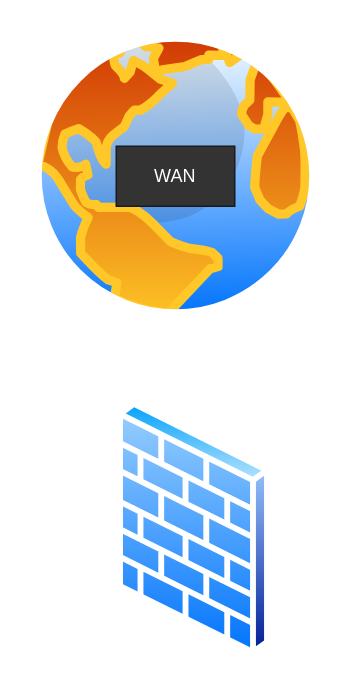
Before: Tetha.drawio in Tiafoxxx/BW1, a draw.io diagram. Source tidied: cells renumbered, new cells numbered last; positions are measured from the earlier drawing's top-left corner, leaving out a move shared by most shapes. Both pictures are drawn from the tidied source at 150%, with x=0, y=0 at pixel (26, 26).
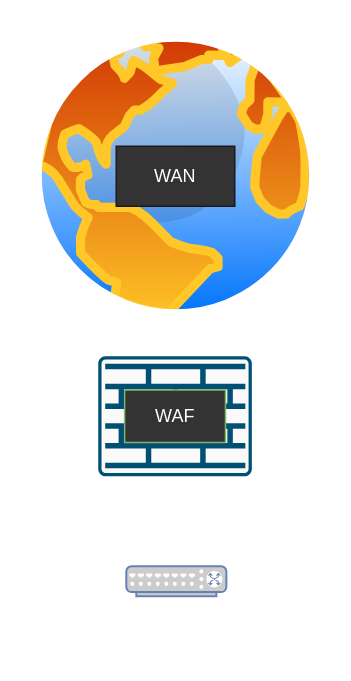
After the change.

The edit, as a diff of the source:
```diff
@@
 <mxGraphModel>
   <root>
     <mxCell id="0" />
     <mxCell id="1" parent="0" />
     <mxCell id="2" style="image;perimeter=ellipsePerimeter;html=1;align=center;shadow=0;dashed=0;spacingTop=3;image=img/lib/active_directory/internet_globe.svg;" parent="1" vertex="1">
       <mxGeometry width="200" height="200" as="geometry" />
     </mxCell>
     <mxCell id="3" value="&lt;font color=&quot;#ffffff&quot;&gt;WAN&lt;/font&gt;" style="text;align=center;html=1;verticalAlign=middle;whiteSpace=wrap;rounded=0;fillColor=#333333;strokeColor=#1A1A1A;gradientColor=none;" parent="1" vertex="1">
       <mxGeometry x="60" y="80" width="79" height="40" as="geometry" />
     </mxCell>
-    <mxCell id="4" style="image;perimeter=ellipsePerimeter;html=1;align=center;shadow=0;dashed=0;spacingTop=3;image=img/lib/active_directory/firewall.svg;" parent="1" vertex="1">
-      <mxGeometry x="60" y="250" width="103.7" height="170" as="geometry" />
-    </mxCell>
+    <mxCell id="5" style="sketch=0;verticalLabelPosition=bottom;html=1;verticalAlign=top;align=center;shape=mxgraph.cisco19.rect;prIcon=firewall;fillColor=#FAFAFA;strokeColor=#005073;" parent="1" vertex="1">
+      <mxGeometry x="48" y="220" width="102.4" height="80" as="geometry" />
+    </mxCell>
+    <mxCell id="6" value="&lt;font color=&quot;#ffffff&quot;&gt;WAF&lt;/font&gt;" style="text;strokeColor=#82b366;align=center;fillColor=#333333;html=1;verticalAlign=middle;whiteSpace=wrap;rounded=0;gradientColor=none;" parent="1" vertex="1">
+      <mxGeometry x="65.6" y="242.5" width="67.2" height="35" as="geometry" />
+    </mxCell>
+    <mxCell id="7" style="fontColor=#0066CC;verticalAlign=top;verticalLabelPosition=bottom;labelPosition=center;align=center;html=1;fillColor=#CCCCCC;strokeColor=#6881B3;gradientColor=none;gradientDirection=north;strokeWidth=2;shape=mxgraph.networks.switch;" parent="1" vertex="1">
+      <mxGeometry x="66.7" y="360" width="66.7" height="20" as="geometry" />
+    </mxCell>
   </root>
 </mxGraphModel>
```
